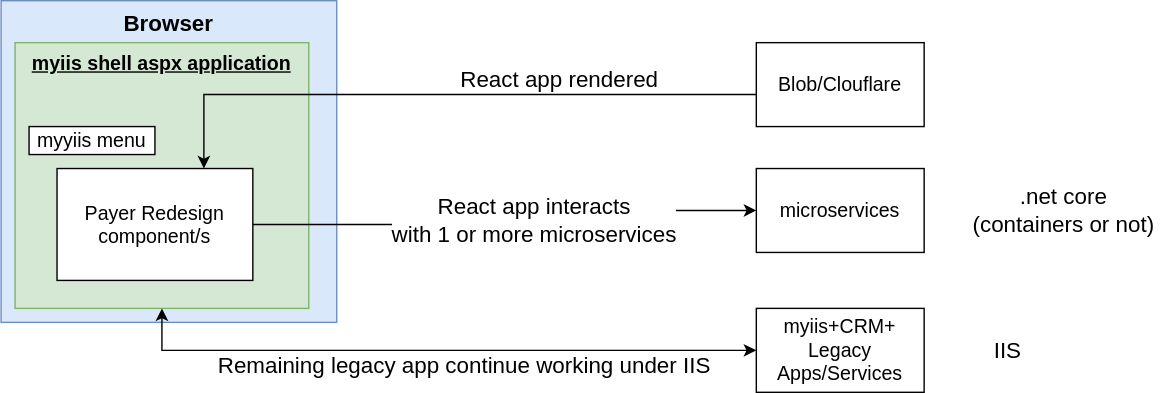
Before: payerredesignOption1.svg, a diagram exported from draw.io (vjavle/invoicecloud). Source tidied: cells renumbered, new cells last; positions are measured from the earlier drawing's top-left corner, leaving out a move shared by most shapes.
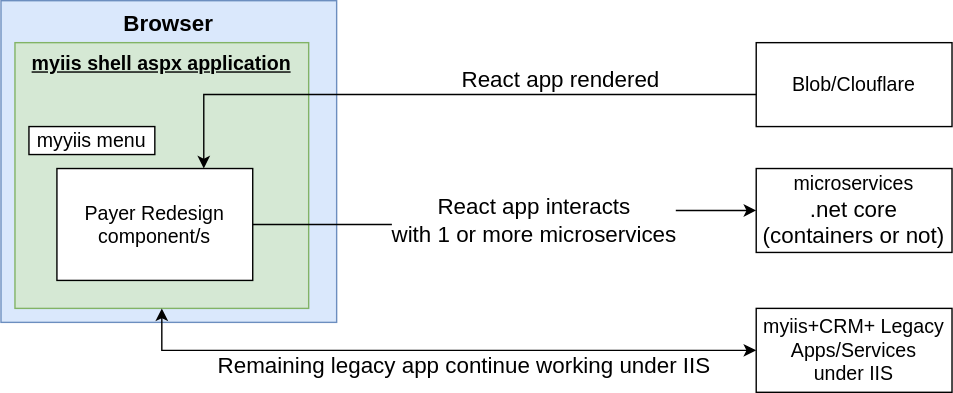
After the change.

What changed in the source:
```diff
@@ -17,7 +17,7 @@
       </mxGeometry>
     </mxCell>
     <mxCell id="6" value="Blob/Clouflare" style="rounded=0;whiteSpace=wrap;html=1;fontSize=14;" parent="1" vertex="1">
-      <mxGeometry x="540" y="30" width="120" height="60" as="geometry" />
+      <mxGeometry x="540" y="30" width="140" height="60" as="geometry" />
     </mxCell>
     <mxCell id="7" style="edgeStyle=orthogonalEdgeStyle;rounded=0;jettySize=auto;html=1;entryX=0.5;entryY=1;entryDx=0;entryDy=0;fontSize=14;startArrow=classic;startFill=1;" parent="1" edge="1" source="9" target="3">
       <mxGeometry relative="1" as="geometry" />
@@ -27,8 +27,8 @@
         <mxPoint x="106" y="8" as="offset" />
       </mxGeometry>
     </mxCell>
-    <mxCell id="9" value="myiis+CRM+ Legacy Apps/Services" style="rounded=0;whiteSpace=wrap;html=1;fontSize=14;" parent="1" vertex="1">
-      <mxGeometry x="540" y="220" width="120" height="60" as="geometry" />
+    <mxCell id="9" value="myiis+CRM+ Legacy Apps/Services&lt;br&gt;under IIS" style="rounded=0;whiteSpace=wrap;html=1;fontSize=14;" parent="1" vertex="1">
+      <mxGeometry x="540" y="220" width="140" height="60" as="geometry" />
     </mxCell>
     <mxCell id="10" value="myyiis menu" style="rounded=0;whiteSpace=wrap;html=1;fontSize=14;" parent="1" vertex="1">
       <mxGeometry x="20" y="90" width="90" height="20" as="geometry" />
@@ -44,14 +44,8 @@
         <mxPoint x="42" y="-5" as="offset" />
       </mxGeometry>
     </mxCell>
-    <mxCell id="14" value="microservices" style="rounded=0;whiteSpace=wrap;html=1;fontSize=14;" parent="1" vertex="1">
-      <mxGeometry x="540" y="120" width="120" height="60" as="geometry" />
+    <mxCell id="14" value="microservices&lt;br&gt;&lt;span style=&quot;font-size: 16px;&quot;&gt;.net core (containers or not)&lt;/span&gt;" style="rounded=0;whiteSpace=wrap;html=1;fontSize=14;" parent="1" vertex="1">
+      <mxGeometry x="540" y="120" width="140" height="60" as="geometry" />
     </mxCell>
-    <mxCell id="15" value="IIS" style="text;html=1;strokeColor=none;fillColor=none;align=center;verticalAlign=middle;whiteSpace=wrap;rounded=0;fontSize=16;" parent="1" vertex="1">
-      <mxGeometry x="690" y="235" width="60" height="30" as="geometry" />
-    </mxCell>
-    <mxCell id="16" value=".net core (containers or not)" style="text;html=1;strokeColor=none;fillColor=none;align=center;verticalAlign=middle;whiteSpace=wrap;rounded=0;fontSize=16;" parent="1" vertex="1">
-      <mxGeometry x="690" y="132" width="140" height="35" as="geometry" />
-    </mxCell>
   </root>
 </mxGraphModel>
```
